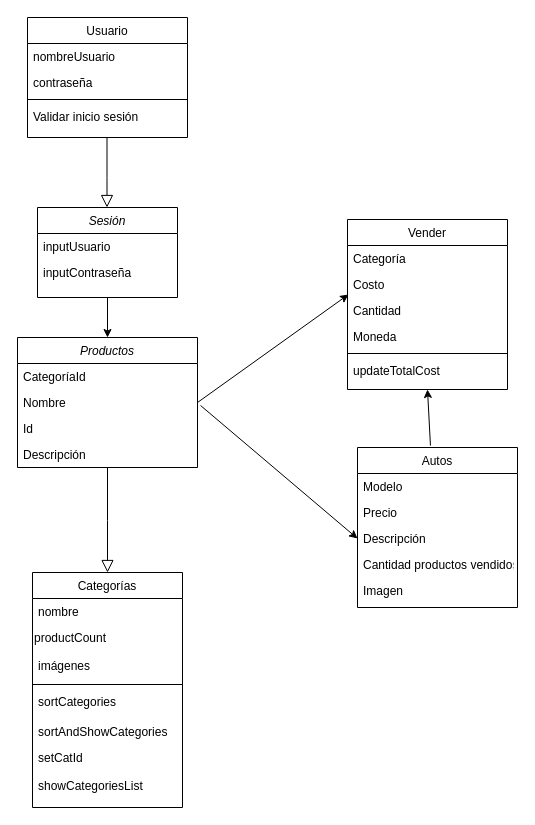
CamilaApai/workspace-jap keeps this draw.io diagram as Diagrama sin título.drawio. Above is the earlier version. Source tidied: cells renumbered, new cells numbered last; positions are measured from the earlier drawing's top-left corner, leaving out a move shared by most shapes. Both pictures are drawn from the tidied source at 100%, with x=0, y=0 at pixel (17, 17).
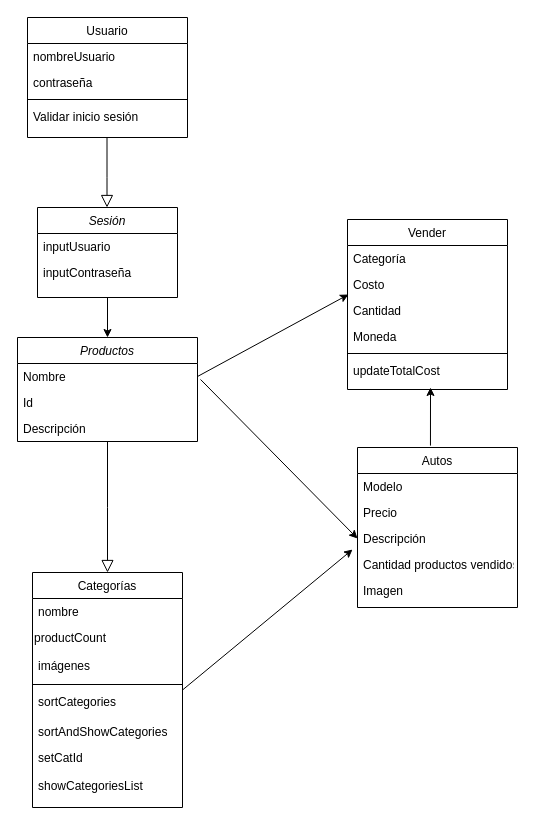
After the change.

Commit message:
ult actualizacion

Unchanged cells that the change refers to:
```xml
<mxCell id="7" value="Categorías" style="swimlane;fontStyle=0;align=center;verticalAlign=top;horizontal=1;startSize=26;rounded=0;shadow=0;strokeWidth=1;" parent="1" vertex="1">
  <mxGeometry x="15" y="555" width="150" height="235" as="geometry" />
</mxCell>
<mxCell id="18" value="Vender" style="swimlane;fontStyle=0;align=center;verticalAlign=top;horizontal=1;startSize=26;rounded=0;shadow=0;strokeWidth=1;" parent="1" vertex="1">
  <mxGeometry x="330" y="202" width="160" height="170" as="geometry" />
</mxCell>
<mxCell id="35" value="Autos&#10;" style="swimlane;fontStyle=0;align=center;verticalAlign=top;horizontal=1;startSize=26;rounded=0;shadow=0;strokeWidth=1;" parent="1" vertex="1">
  <mxGeometry x="340" y="430" width="160" height="160" as="geometry" />
</mxCell>
<mxCell id="39" value="Cantidad productos vendidos&#10;" style="text;align=left;verticalAlign=top;spacingLeft=4;spacingRight=4;overflow=hidden;points=[[0,0.5],[1,0.5]];portConstraint=eastwest;" parent="35" vertex="1">
  <mxGeometry y="104" width="160" height="26" as="geometry" />
</mxCell>
```

Change to the diagram source:
```diff
@@
     <mxCell id="2" value="Productos" style="swimlane;fontStyle=2;align=center;verticalAlign=top;horizontal=1;startSize=26;rounded=0;shadow=0;strokeWidth=1;" parent="1" vertex="1">
-      <mxGeometry y="320" width="180" height="130" as="geometry" />
+      <mxGeometry y="320" width="180" height="104" as="geometry" />
     </mxCell>
-    <mxCell id="3" value="CategoríaId" style="text;align=left;verticalAlign=top;spacingLeft=4;spacingRight=4;overflow=hidden;" parent="2" vertex="1">
-      <mxGeometry y="26" width="180" height="26" as="geometry" />
-    </mxCell>
     <mxCell id="4" value="Nombre" style="text;align=left;verticalAlign=top;spacingLeft=4;spacingRight=4;overflow=hidden;points=[[0,0.5],[1,0.5]];portConstraint=eastwest;rounded=0;shadow=0;html=0;" parent="2" vertex="1">
-      <mxGeometry y="52" width="180" height="26" as="geometry" />
+      <mxGeometry y="26" width="180" height="26" as="geometry" />
     </mxCell>
     <mxCell id="5" value="Id" style="text;align=left;verticalAlign=top;spacingLeft=4;spacingRight=4;overflow=hidden;points=[[0,0.5],[1,0.5]];portConstraint=eastwest;rounded=0;shadow=0;html=0;" parent="2" vertex="1">
-      <mxGeometry y="78" width="180" height="26" as="geometry" />
+      <mxGeometry y="52" width="180" height="26" as="geometry" />
     </mxCell>
     <mxCell id="6" value="Descripción" style="text;align=left;verticalAlign=top;spacingLeft=4;spacingRight=4;overflow=hidden;points=[[0,0.5],[1,0.5]];portConstraint=eastwest;rounded=0;shadow=0;html=0;" parent="2" vertex="1">
-      <mxGeometry y="104" width="180" height="26" as="geometry" />
+      <mxGeometry y="78" width="180" height="26" as="geometry" />
     </mxCell>
@@
-    <mxCell id="43" style="endArrow=classic;html=1;rounded=0;exitX=0.456;exitY=-0.012;exitDx=0;exitDy=0;exitPerimeter=0;entryX=0.5;entryY=1;entryDx=0;entryDy=0;" parent="1" edge="1" source="35" target="18">
-      <mxGeometry relative="1" as="geometry" />
+    <mxCell id="43" style="endArrow=classic;html=1;rounded=0;exitX=0.456;exitY=-0.012;exitDx=0;exitDy=0;exitPerimeter=0;" parent="1" edge="1" source="35">
+      <mxGeometry relative="1" as="geometry">
+        <mxPoint x="413" y="370" as="targetPoint" />
+      </mxGeometry>
     </mxCell>
+    <mxCell id="44" style="endArrow=classic;html=1;rounded=0;exitX=1;exitY=0.5;exitDx=0;exitDy=0;entryX=-0.031;entryY=-0.077;entryDx=0;entryDy=0;entryPerimeter=0;" parent="1" edge="1" source="7" target="39">
+      <mxGeometry relative="1" as="geometry" />
+    </mxCell>
```
